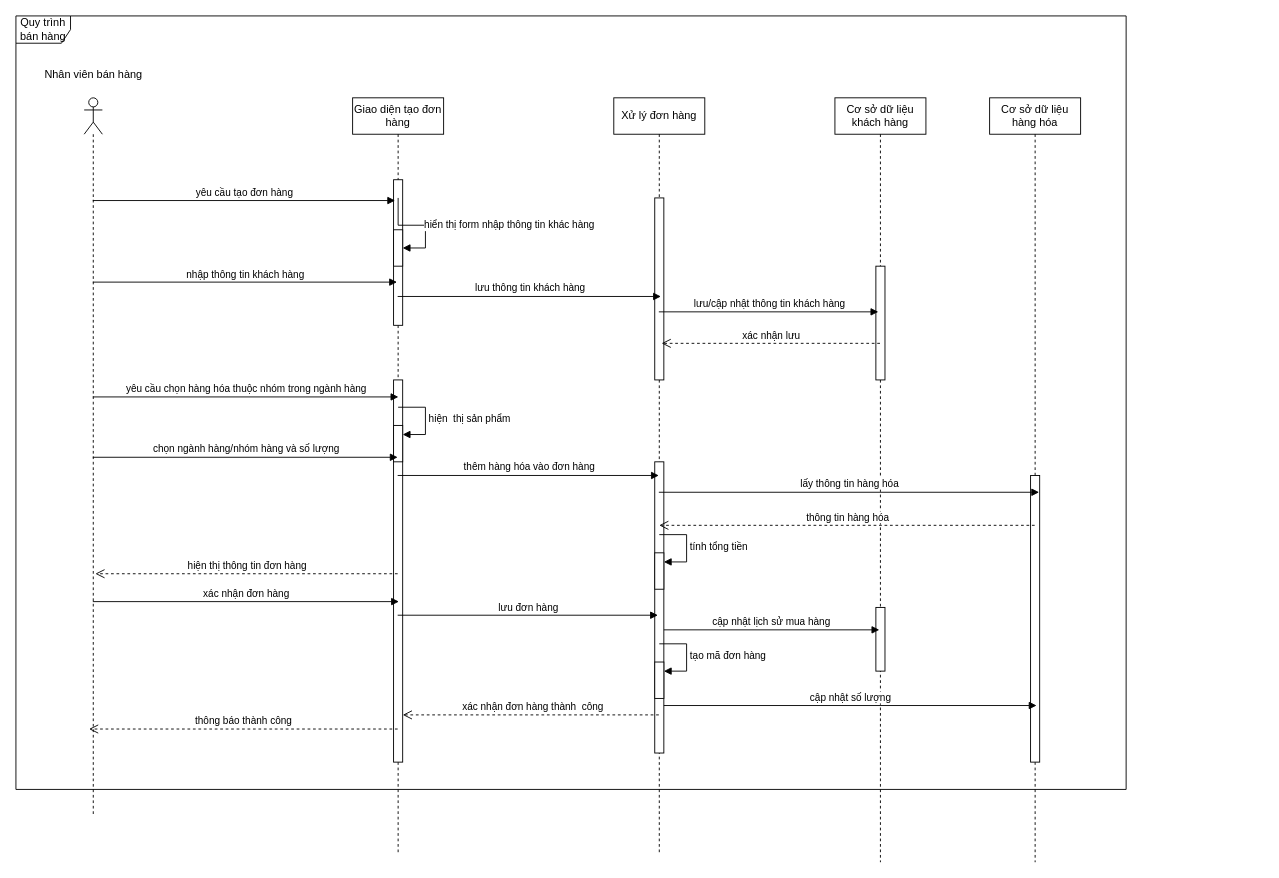
Earlier version of the draw.io diagram NVBH sequence.drawio (RomJoke/K). Source tidied: cells renumbered, new cells numbered last; positions are measured from the earlier drawing's top-left corner, leaving out a move shared by most shapes. Both pictures are drawn from the tidied source at 91%, with x=0, y=0 at pixel (15, 15).
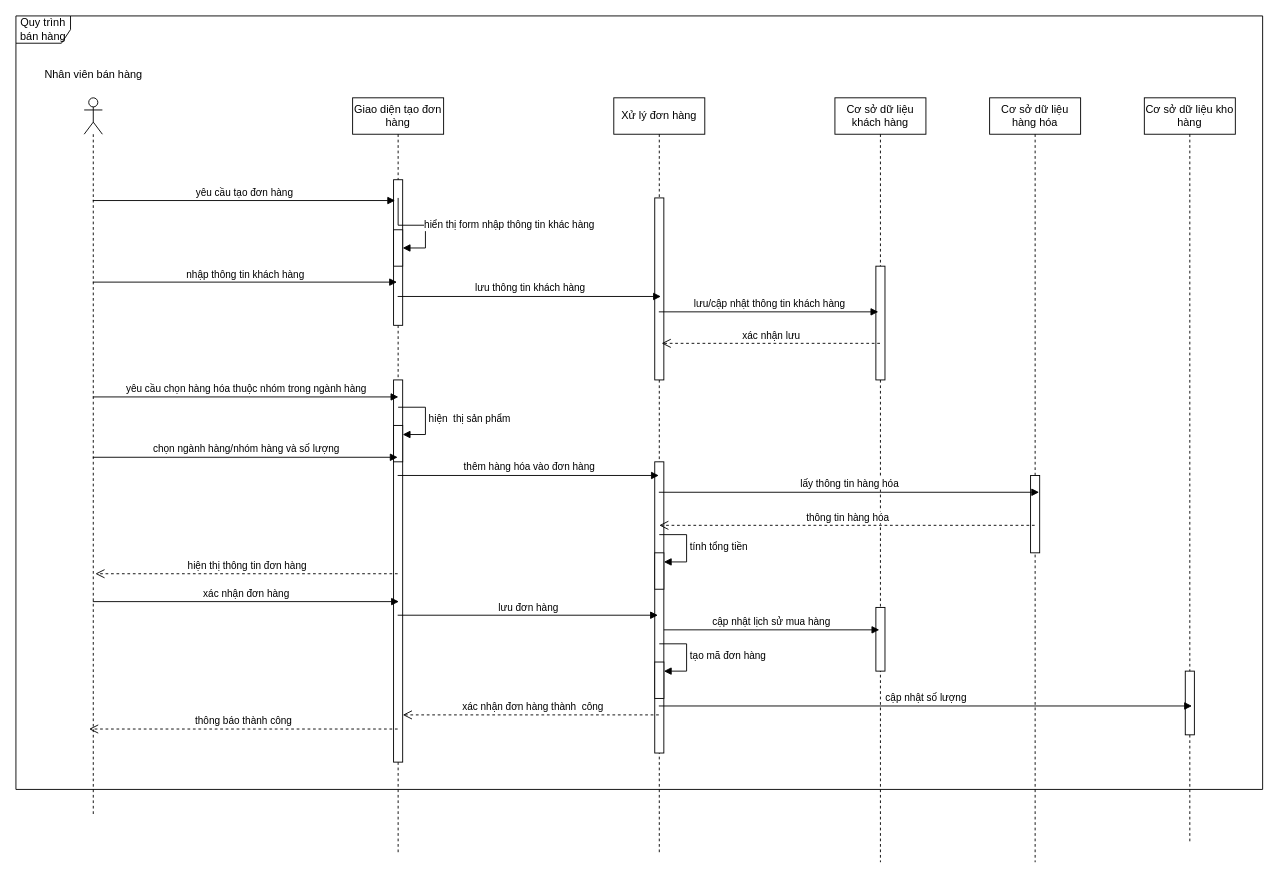
Above is the later version.

Unchanged cells that the change refers to:
```xml
<mxCell id="12" value="Xử lý đơn hàng" style="shape=umlLifeline;perimeter=lifelinePerimeter;whiteSpace=wrap;html=1;outlineConnect=0;portConstraint=eastwest;newEdgeStyle={&quot;curved&quot;:0,&quot;rounded&quot;:0};" parent="1" vertex="1">
  <mxGeometry x="657" y="90" width="100" height="830" as="geometry" />
</mxCell>
<mxCell id="14" style="html=1;points=[[0,0,0,0,5],[0,1,0,0,-5],[1,0,0,0,5],[1,1,0,0,-5]];perimeter=orthogonalPerimeter;outlineConnect=0;targetShapes=umlLifeline;portConstraint=eastwest;newEdgeStyle={&quot;curved&quot;:0,&quot;rounded&quot;:0};" parent="12" vertex="1">
  <mxGeometry x="45" y="400" width="10" height="320" as="geometry" />
</mxCell>
<mxCell id="22" value="Cơ sở dữ liệu hàng hóa" style="shape=umlLifeline;perimeter=lifelinePerimeter;whiteSpace=wrap;html=1;outlineConnect=0;portConstraint=eastwest;newEdgeStyle={&quot;curved&quot;:0,&quot;rounded&quot;:0};" parent="1" vertex="1">
  <mxGeometry x="1070" y="90" width="100" height="840" as="geometry" />
</mxCell>
```

The edit, as a diff of the source:
```diff
@@
     <mxCell id="2" value="Quy trình bán hàng" style="shape=umlFrame;whiteSpace=wrap;html=1;" parent="1" vertex="1">
-      <mxGeometry width="1220" height="850" as="geometry" />
+      <mxGeometry width="1370" height="850" as="geometry" />
     </mxCell>
@@
     <mxCell id="23" style="html=1;perimeter=orthogonalPerimeter;targetShapes=umlLifeline;newEdgeStyle={&quot;curved&quot;:0,&quot;rounded&quot;:0};" parent="22" vertex="1">
-      <mxGeometry x="45" y="415" width="10" height="315" as="geometry" />
+      <mxGeometry x="45" y="415" width="10" height="85" as="geometry" />
     </mxCell>
@@
-    <mxCell id="38" value="cập nhật số lượng" style="html=1;verticalAlign=bottom;endArrow=block;curved=0;rounded=0;entryX=0.516;entryY=0.795;entryDx=0;entryDy=0;entryPerimeter=0;" parent="1" edge="1" source="14" target="22">
-      <mxGeometry relative="1" as="geometry" />
-    </mxCell>
@@
+    <mxCell id="41" value="Cơ sở dữ liệu kho hàng" style="shape=umlLifeline;perimeter=lifelinePerimeter;whiteSpace=wrap;html=1;outlineConnect=0;portConstraint=eastwest;newEdgeStyle={&quot;curved&quot;:0,&quot;rounded&quot;:0};size=40;" parent="1" vertex="1">
+      <mxGeometry x="1240" y="90" width="100" height="820" as="geometry" />
+    </mxCell>
+    <mxCell id="42" style="html=1;perimeter=orthogonalPerimeter;targetShapes=umlLifeline;newEdgeStyle={&quot;curved&quot;:0,&quot;rounded&quot;:0};" parent="41" vertex="1">
+      <mxGeometry x="45" y="630" width="10" height="70" as="geometry" />
+    </mxCell>
+    <mxCell id="38" value="cập nhật số lượng" style="html=1;verticalAlign=bottom;endArrow=block;curved=0;rounded=0;entryX=0.524;entryY=0.815;entryDx=0;entryDy=0;entryPerimeter=0;" parent="1" edge="1" source="12" target="41">
+      <mxGeometry relative="1" as="geometry" />
+    </mxCell>
```
